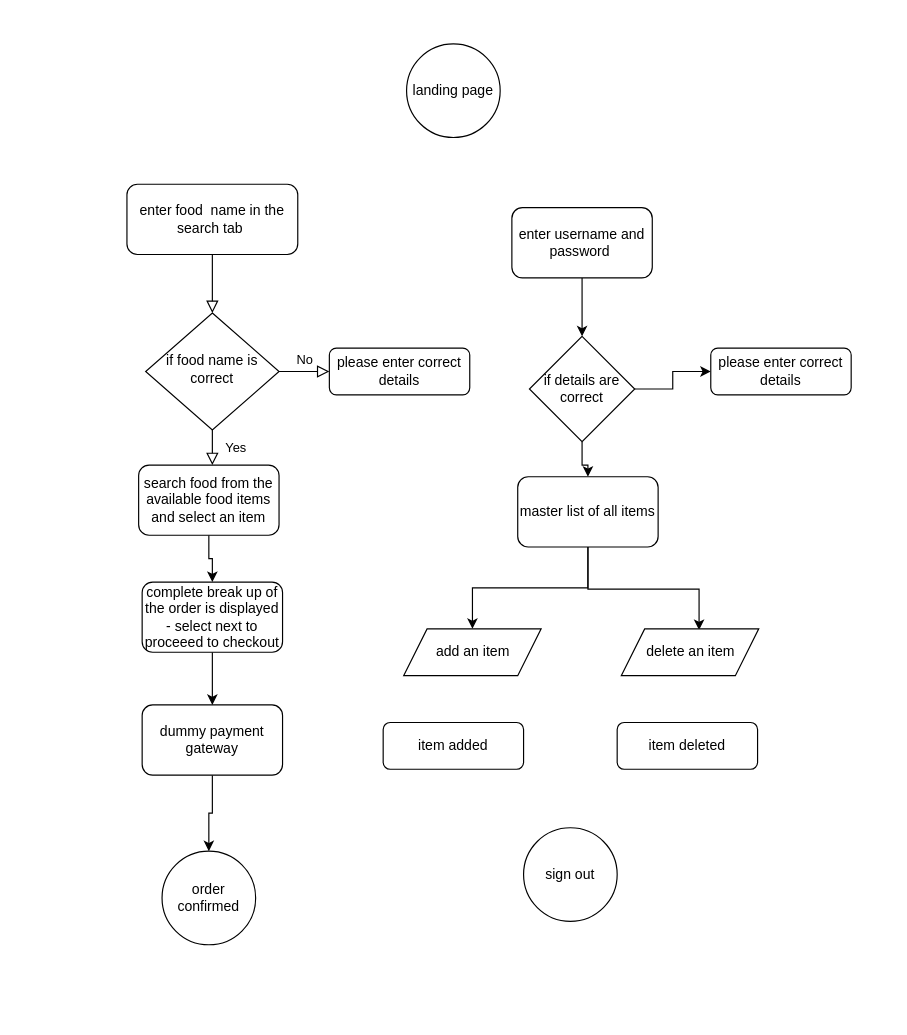
vishnugautam/KitchenStory keeps this draw.io diagram as KitchenStory-flowchart.drawio. Above is the earlier version. Source tidied: cells renumbered, new cells numbered last; positions are measured from the earlier drawing's top-left corner, leaving out a move shared by most shapes. Both pictures are drawn from the tidied source at 117%, with x=0, y=0 at pixel (126, 43).
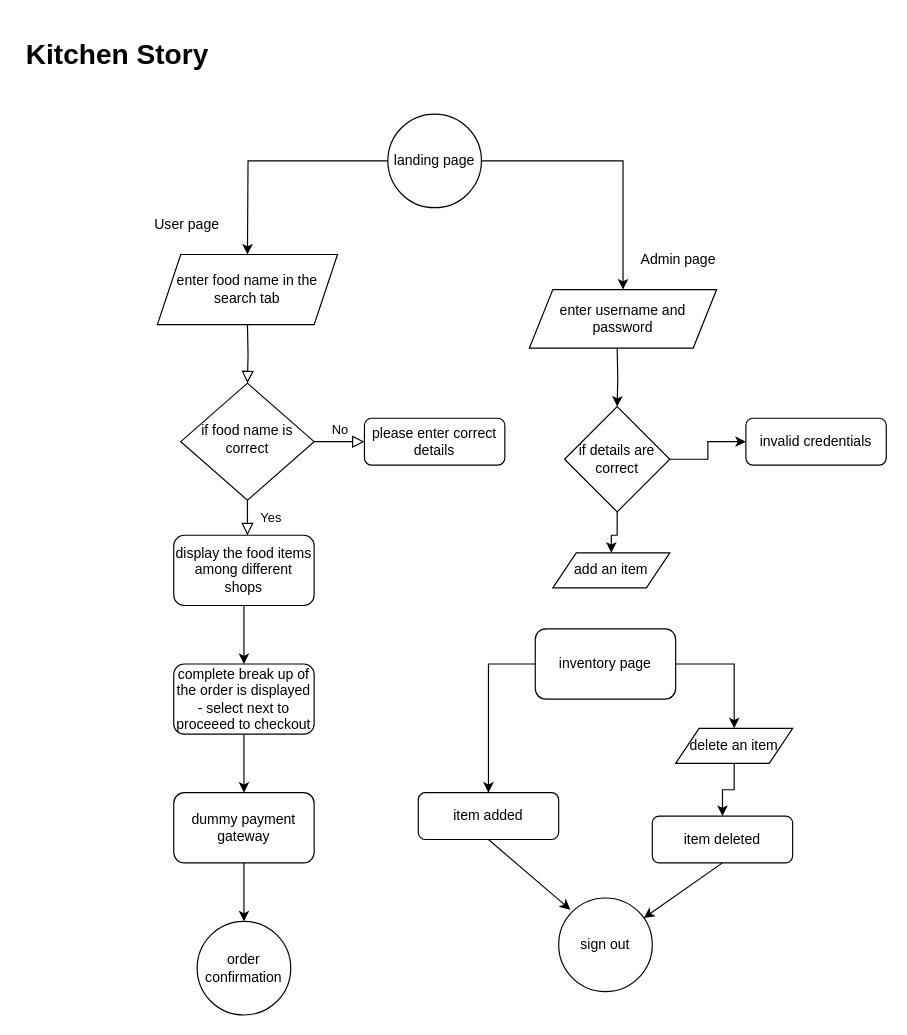
After the change.

The edit, as a diff of the source:
```diff
@@
-    <mxCell id="2" style="rounded=0;html=1;jettySize=auto;fontSize=11;endArrow=block;endFill=0;endSize=8;strokeWidth=1;shadow=0;labelBackgroundColor=none;edgeStyle=orthogonalEdgeStyle;" parent="1" edge="1" source="3" target="6">
-      <mxGeometry relative="1" as="geometry" />
+    <mxCell id="2" style="rounded=0;html=1;jettySize=auto;fontSize=11;endArrow=block;endFill=0;endSize=8;strokeWidth=1;shadow=0;labelBackgroundColor=none;edgeStyle=orthogonalEdgeStyle;" parent="1" edge="1" target="6">
+      <mxGeometry relative="1" as="geometry">
+        <mxPoint x="103" y="240" as="sourcePoint" />
+      </mxGeometry>
     </mxCell>
-    <mxCell id="3" value="enter food&amp;nbsp; name in the search tab&amp;nbsp;" style="rounded=1;whiteSpace=wrap;html=1;fontSize=12;glass=0;strokeWidth=1;shadow=0;" parent="1" vertex="1">
-      <mxGeometry y="120" width="146" height="60" as="geometry" />
-    </mxCell>
     <mxCell id="4" value="Yes" style="rounded=0;html=1;jettySize=auto;fontSize=11;endArrow=block;endFill=0;endSize=8;strokeWidth=1;shadow=0;labelBackgroundColor=none;edgeStyle=orthogonalEdgeStyle;" parent="1" edge="1" source="6">
       <mxGeometry y="20" relative="1" as="geometry">
-        <mxPoint x="73" y="360" as="targetPoint" />
+        <mxPoint x="103" y="420" as="targetPoint" />
       </mxGeometry>
     </mxCell>
@@
     <mxCell id="6" value="if food name is correct" style="rhombus;whiteSpace=wrap;html=1;shadow=0;fontFamily=Helvetica;fontSize=12;align=center;strokeWidth=1;spacing=6;spacingTop=-4;" parent="1" vertex="1">
-      <mxGeometry x="16" y="230" width="114" height="100" as="geometry" />
+      <mxGeometry x="46" y="290" width="114" height="100" as="geometry" />
     </mxCell>
     <mxCell id="7" value="please enter correct details" style="rounded=1;whiteSpace=wrap;html=1;fontSize=12;glass=0;strokeWidth=1;shadow=0;" parent="1" vertex="1">
-      <mxGeometry x="173" y="260" width="120" height="40" as="geometry" />
+      <mxGeometry x="203" y="320" width="120" height="40" as="geometry" />
     </mxCell>
     <mxCell id="8" value="landing page" style="ellipse;whiteSpace=wrap;html=1;" parent="1" vertex="1">
-      <mxGeometry x="239" width="80" height="80" as="geometry" />
+      <mxGeometry x="223" y="60" width="80" height="80" as="geometry" />
     </mxCell>
@@
-    <mxCell id="10" value="search food from the available food items and select an item" style="rounded=1;whiteSpace=wrap;html=1;" parent="1" vertex="1">
-      <mxGeometry x="10" y="360" width="120" height="60" as="geometry" />
+    <mxCell id="10" value="display the food items among different shops" style="rounded=1;whiteSpace=wrap;html=1;" parent="1" vertex="1">
+      <mxGeometry x="40" y="420" width="120" height="60" as="geometry" />
     </mxCell>
@@
     <mxCell id="12" value="complete break up of the order is displayed - select next to proceeed to checkout" style="rounded=1;whiteSpace=wrap;html=1;" parent="1" vertex="1">
-      <mxGeometry x="13" y="460" width="120" height="60" as="geometry" />
+      <mxGeometry x="40" y="530" width="120" height="60" as="geometry" />
     </mxCell>
@@
     <mxCell id="14" value="dummy payment gateway" style="rounded=1;whiteSpace=wrap;html=1;" parent="1" vertex="1">
-      <mxGeometry x="13" y="565" width="120" height="60" as="geometry" />
+      <mxGeometry x="40" y="640" width="120" height="60" as="geometry" />
     </mxCell>
-    <mxCell id="15" value="order confirmed" style="ellipse;whiteSpace=wrap;html=1;" parent="1" vertex="1">
-      <mxGeometry x="30" y="690" width="80" height="80" as="geometry" />
+    <mxCell id="15" value="order confirmation" style="ellipse;whiteSpace=wrap;html=1;" parent="1" vertex="1">
+      <mxGeometry x="60" y="750" width="80" height="80" as="geometry" />
     </mxCell>
-    <mxCell id="16" style="edgeStyle=orthogonalEdgeStyle;rounded=0;jettySize=auto;html=1;" parent="1" edge="1" source="17" target="20">
-      <mxGeometry relative="1" as="geometry" />
+    <mxCell id="16" style="edgeStyle=orthogonalEdgeStyle;rounded=0;jettySize=auto;html=1;" parent="1" edge="1" target="20">
+      <mxGeometry relative="1" as="geometry">
+        <mxPoint x="419" y="260" as="sourcePoint" />
+      </mxGeometry>
     </mxCell>
-    <mxCell id="17" value="enter username and password&amp;nbsp;" style="rounded=1;whiteSpace=wrap;html=1;" parent="1" vertex="1">
-      <mxGeometry x="329" y="140" width="120" height="60" as="geometry" />
-    </mxCell>
-    <mxCell id="18" style="edgeStyle=orthogonalEdgeStyle;rounded=0;jettySize=auto;html=1;" parent="1" edge="1" source="20" target="23">
-      <mxGeometry relative="1" as="geometry" />
-    </mxCell>
@@
+    <mxCell id="30" style="edgeStyle=orthogonalEdgeStyle;rounded=0;jettySize=auto;html=1;" parent="1" edge="1" source="20" target="24">
+      <mxGeometry relative="1" as="geometry" />
+    </mxCell>
     <mxCell id="20" value="if details are correct" style="rhombus;whiteSpace=wrap;html=1;" parent="1" vertex="1">
-      <mxGeometry x="344" y="250" width="90" height="90" as="geometry" />
+      <mxGeometry x="374" y="310" width="90" height="90" as="geometry" />
     </mxCell>
-    <mxCell id="21" value="please enter correct details" style="rounded=1;whiteSpace=wrap;html=1;fontSize=12;glass=0;strokeWidth=1;shadow=0;" parent="1" vertex="1">
-      <mxGeometry x="499" y="260" width="120" height="40" as="geometry" />
+    <mxCell id="21" value="invalid credentials" style="rounded=1;whiteSpace=wrap;html=1;fontSize=12;glass=0;strokeWidth=1;shadow=0;" parent="1" vertex="1">
+      <mxGeometry x="529" y="320" width="120" height="40" as="geometry" />
     </mxCell>
-    <mxCell id="22" style="edgeStyle=orthogonalEdgeStyle;rounded=0;jettySize=auto;html=1;" parent="1" edge="1" source="23" target="24">
-      <mxGeometry relative="1" as="geometry" />
-    </mxCell>
-    <mxCell id="23" value="master list of all items" style="rounded=1;whiteSpace=wrap;html=1;" parent="1" vertex="1">
-      <mxGeometry x="334" y="370" width="120" height="60" as="geometry" />
-    </mxCell>
-    <mxCell id="24" value="add an item" style="shape=parallelogram;perimeter=parallelogramPerimeter;whiteSpace=wrap;html=1;fixedSize=1;" parent="1" vertex="1">
-      <mxGeometry x="236.5" y="500" width="117.5" height="40" as="geometry" />
-    </mxCell>
     <mxCell id="25" value="sign out" style="ellipse;whiteSpace=wrap;html=1;" parent="1" vertex="1">
-      <mxGeometry x="339" y="670" width="80" height="80" as="geometry" />
+      <mxGeometry x="369" y="730" width="80" height="80" as="geometry" />
     </mxCell>
     <mxCell id="26" value="item added" style="rounded=1;whiteSpace=wrap;html=1;" parent="1" vertex="1">
-      <mxGeometry x="219" y="580" width="120" height="40" as="geometry" />
+      <mxGeometry x="249" y="640" width="120" height="40" as="geometry" />
     </mxCell>
-    <mxCell id="27" style="rounded=0;jettySize=auto;html=1;exitX=0.5;exitY=1;exitDx=0;exitDy=0;edgeStyle=elbowEdgeStyle;elbow=vertical;entryX=0.566;entryY=0.025;entryDx=0;entryDy=0;entryPerimeter=0;" parent="1" edge="1" source="23" target="28">
-      <mxGeometry relative="1" as="geometry" />
-    </mxCell>
+    <mxCell id="29" value="item deleted" style="rounded=1;whiteSpace=wrap;html=1;" parent="1" vertex="1">
+      <mxGeometry x="449" y="660" width="120" height="40" as="geometry" />
+    </mxCell>
+    <mxCell id="31" style="endArrow=classic;html=1;rounded=0;exitX=0;exitY=0.5;exitDx=0;exitDy=0;entryX=0.5;entryY=0;entryDx=0;entryDy=0;edgeStyle=orthogonalEdgeStyle;" parent="1" edge="1" source="8">
+      <mxGeometry relative="1" as="geometry">
+        <mxPoint x="103" y="180" as="targetPoint" />
+      </mxGeometry>
+    </mxCell>
+    <mxCell id="32" style="endArrow=classic;html=1;rounded=0;entryX=0.5;entryY=0;entryDx=0;entryDy=0;edgeStyle=orthogonalEdgeStyle;exitX=1;exitY=0.5;exitDx=0;exitDy=0;" parent="1" edge="1" source="8" target="17">
+      <mxGeometry relative="1" as="geometry" />
+    </mxCell>
+    <mxCell id="33" style="endArrow=classic;html=1;rounded=0;exitX=0.5;exitY=1;exitDx=0;exitDy=0;" parent="1" edge="1" source="26">
+      <mxGeometry relative="1" as="geometry">
+        <mxPoint x="379" y="740" as="targetPoint" />
+      </mxGeometry>
+    </mxCell>
+    <mxCell id="34" style="endArrow=classic;html=1;rounded=0;exitX=0.5;exitY=1;exitDx=0;exitDy=0;" parent="1" edge="1" source="29" target="25">
+      <mxGeometry relative="1" as="geometry" />
+    </mxCell>
+    <mxCell id="3" value="enter food name in the search tab" style="shape=parallelogram;perimeter=parallelogramPerimeter;whiteSpace=wrap;html=1;fixedSize=1;" parent="1" vertex="1">
+      <mxGeometry x="26" y="180" width="154" height="60" as="geometry" />
+    </mxCell>
+    <mxCell id="17" value="enter username and password" style="shape=parallelogram;perimeter=parallelogramPerimeter;whiteSpace=wrap;html=1;fixedSize=1;" parent="1" vertex="1">
+      <mxGeometry x="344" y="210" width="160" height="50" as="geometry" />
+    </mxCell>
+    <mxCell id="24" value="add an item" style="shape=parallelogram;perimeter=parallelogramPerimeter;whiteSpace=wrap;html=1;fixedSize=1;" parent="1" vertex="1">
+      <mxGeometry x="364" y="435" width="100" height="30" as="geometry" />
+    </mxCell>
+    <mxCell id="35" value="inventory page" style="rounded=1;whiteSpace=wrap;html=1;" parent="1" vertex="1">
+      <mxGeometry x="349" y="500" width="120" height="60" as="geometry" />
+    </mxCell>
+    <mxCell id="36" style="endArrow=classic;html=1;rounded=0;entryX=0.5;entryY=0;entryDx=0;entryDy=0;exitX=0;exitY=0.5;exitDx=0;exitDy=0;edgeStyle=orthogonalEdgeStyle;" parent="1" edge="1" source="35" target="26">
+      <mxGeometry relative="1" as="geometry" />
+    </mxCell>
+    <mxCell id="37" style="edgeStyle=orthogonalEdgeStyle;rounded=0;jettySize=auto;html=1;" parent="1" edge="1" source="28" target="29">
+      <mxGeometry relative="1" as="geometry" />
+    </mxCell>
     <mxCell id="28" value="delete an item" style="shape=parallelogram;perimeter=parallelogramPerimeter;whiteSpace=wrap;html=1;fixedSize=1;" parent="1" vertex="1">
-      <mxGeometry x="422.5" y="500" width="117.5" height="40" as="geometry" />
+      <mxGeometry x="469" y="585" width="100" height="30" as="geometry" />
     </mxCell>
-    <mxCell id="29" value="item deleted" style="rounded=1;whiteSpace=wrap;html=1;" parent="1" vertex="1">
-      <mxGeometry x="419" y="580" width="120" height="40" as="geometry" />
-    </mxCell>
+    <mxCell id="38" style="endArrow=classic;html=1;rounded=0;entryX=0.5;entryY=0;entryDx=0;entryDy=0;exitX=1;exitY=0.5;exitDx=0;exitDy=0;edgeStyle=orthogonalEdgeStyle;" parent="1" edge="1" source="35" target="28">
+      <mxGeometry relative="1" as="geometry" />
+    </mxCell>
+    <mxCell id="39" value="Admin page" style="text;html=1;strokeColor=none;fillColor=none;align=center;verticalAlign=middle;whiteSpace=wrap;rounded=0;" parent="1" vertex="1">
+      <mxGeometry x="429" y="170" width="85" height="30" as="geometry" />
+    </mxCell>
+    <mxCell id="40" value="User page" style="text;html=1;strokeColor=none;fillColor=none;align=center;verticalAlign=middle;whiteSpace=wrap;rounded=0;" parent="1" vertex="1">
+      <mxGeometry x="9" y="140" width="85" height="30" as="geometry" />
+    </mxCell>
+    <mxCell id="41" value="&lt;h1&gt;Kitchen Story&lt;/h1&gt;" style="text;html=1;strokeColor=none;fillColor=none;spacing=5;spacingTop=-20;whiteSpace=wrap;overflow=hidden;rounded=0;" parent="1" vertex="1">
+      <mxGeometry x="-91" y="-10" width="190" height="120" as="geometry" />
+    </mxCell>
```
